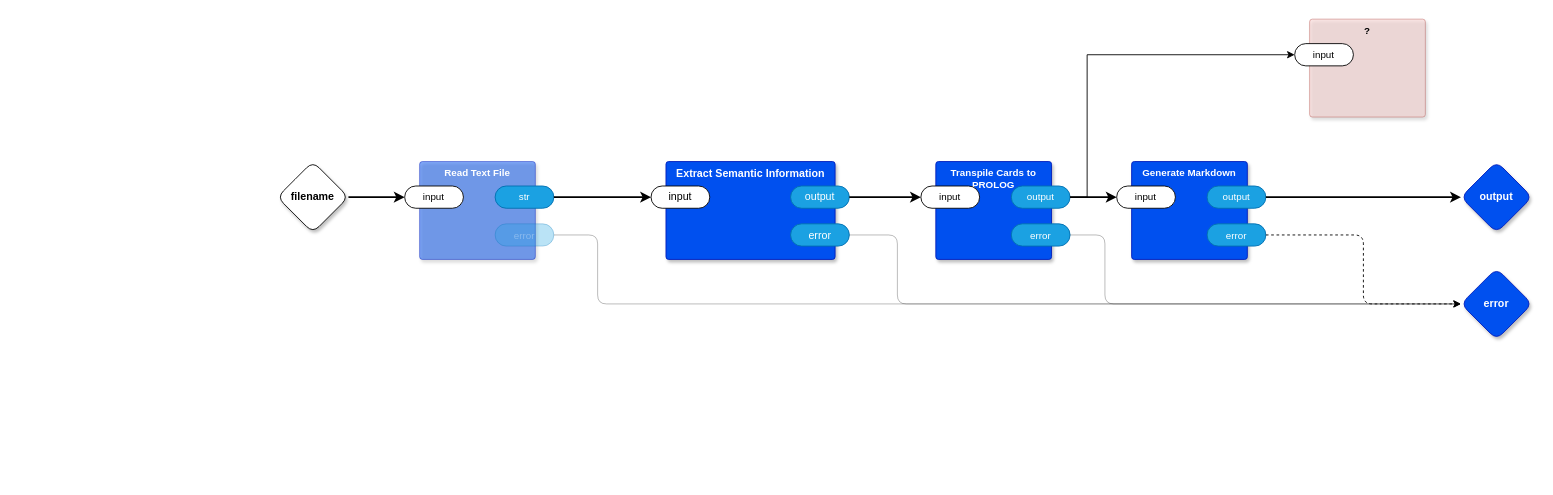
guitarvydas/kinopio2md keeps this draw.io diagram as page "main" (1 of 13) of top.drawio. Above is the earlier version. Source tidied: cells renumbered, new cells numbered last; positions are measured from the earlier drawing's top-left corner, leaving out a move shared by most shapes. Both pictures are drawn from the tidied source at 89%, with x=0, y=0 at pixel (277, 19).
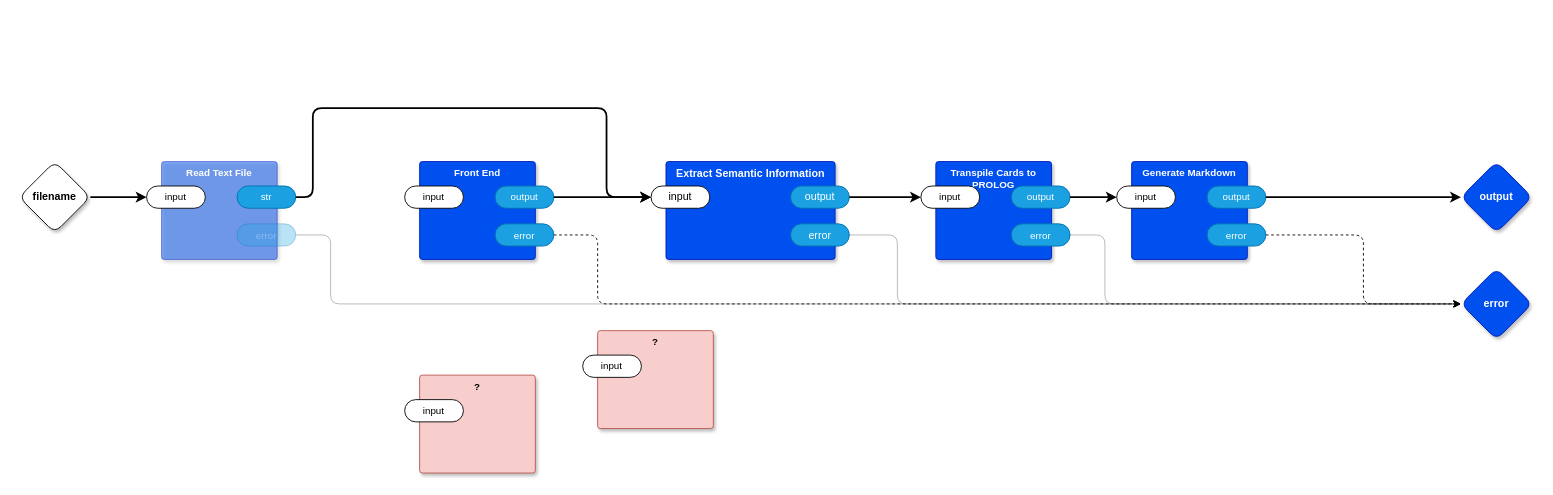
The same diagram, later.

The change refers to these unchanged cells:
```xml
<mxCell id="6" value="input" style="rounded=1;whiteSpace=wrap;html=1;sketch=0;points=[[0,0.5,0,0,0],[1,0.5,0,0,0]];arcSize=50;" parent="5" vertex="1">
  <mxGeometry x="-16.8" y="27.5" width="66" height="25" as="geometry" />
</mxCell>
<mxCell id="9" value="error" style="rhombus;whiteSpace=wrap;html=1;rounded=1;fillColor=#0050ef;fontColor=#ffffff;strokeColor=#001DBC;fontStyle=1;glass=0;sketch=0;fontSize=12;points=[[0,0.5,0,0,0],[0.5,0,0,0,0],[0.5,1,0,0,0],[1,0.5,0,0,0]];shadow=1;" parent="1" vertex="1">
  <mxGeometry x="1330" y="280" width="80" height="80" as="geometry" />
</mxCell>
<mxCell id="13" value="str" style="rounded=1;whiteSpace=wrap;html=1;sketch=0;points=[[0,0.5,0,0,0],[1,0.5,0,0,0]];fillColor=#1ba1e2;fontColor=#ffffff;strokeColor=#006EAF;arcSize=50;fontFamily=Helvetica;fontSize=11;" parent="11" vertex="1">
  <mxGeometry x="84.8" y="27.5" width="66" height="25" as="geometry" />
</mxCell>
<mxCell id="14" value="error" style="rounded=1;whiteSpace=wrap;html=1;sketch=0;points=[[0,0.5,0,0,0],[1,0.5,0,0,0]];fillColor=#1ba1e2;fontColor=#ffffff;strokeColor=#006EAF;arcSize=50;fontFamily=Helvetica;fontSize=11;textOpacity=30;opacity=30;" parent="11" vertex="1">
  <mxGeometry x="84.8" y="70" width="66" height="25" as="geometry" />
</mxCell>
<mxCell id="19" value="output" style="rounded=1;whiteSpace=wrap;html=1;sketch=0;points=[[0,0.5,0,0,0],[1,0.5,0,0,0]];fillColor=#1ba1e2;fontColor=#ffffff;strokeColor=#006EAF;arcSize=50;fontFamily=Helvetica;fontSize=11;" parent="17" vertex="1">
  <mxGeometry x="84.8" y="27.5" width="66" height="25" as="geometry" />
</mxCell>
```

Change to the diagram source:
```diff
@@
     <mxCell id="3" value="filename" style="rhombus;whiteSpace=wrap;html=1;rounded=1;fontStyle=1;glass=0;sketch=0;fontSize=12;points=[[0,0.5,0,0,0],[0.5,0,0,0,0],[0.5,1,0,0,0],[1,0.5,0,0,0]];shadow=1;" parent="1" vertex="1">
-      <mxGeometry y="160" width="80" height="80" as="geometry" />
+      <mxGeometry x="-290" y="160" width="80" height="80" as="geometry" />
     </mxCell>
@@
     <mxCell id="11" value="Read Text File" style="rounded=1;whiteSpace=wrap;html=1;sketch=0;verticalAlign=top;arcSize=6;fontStyle=1;absoluteArcSize=1;shadow=1;strokeColor=#001DBC;fillColor=#0050ef;fontColor=#ffffff;fontFamily=Helvetica;fontSize=11;opacity=50;" parent="1" vertex="1">
-      <mxGeometry x="160" y="160" width="130" height="110" as="geometry" />
+      <mxGeometry x="-130" y="160" width="130" height="110" as="geometry" />
     </mxCell>
@@
     <mxCell id="15" style="edgeStyle=orthogonalEdgeStyle;shape=connector;rounded=1;jettySize=auto;html=1;exitX=1;exitY=0.5;exitDx=0;exitDy=0;exitPerimeter=0;entryX=0;entryY=0.5;entryDx=0;entryDy=0;entryPerimeter=0;labelBackgroundColor=default;strokeColor=default;fontFamily=Helvetica;fontSize=11;fontColor=default;endArrow=classic;strokeWidth=2;" parent="1" edge="1" source="13" target="6">
-      <mxGeometry relative="1" as="geometry" />
+      <mxGeometry relative="1" as="geometry">
+        <Array as="points">
+          <mxPoint x="40" y="200" />
+          <mxPoint x="40" y="100" />
+          <mxPoint x="370" y="100" />
+          <mxPoint x="370" y="200" />
+        </Array>
+      </mxGeometry>
     </mxCell>
     <mxCell id="16" style="edgeStyle=orthogonalEdgeStyle;shape=connector;rounded=1;jettySize=auto;html=1;exitX=1;exitY=0.5;exitDx=0;exitDy=0;exitPerimeter=0;entryX=0;entryY=0.5;entryDx=0;entryDy=0;entryPerimeter=0;labelBackgroundColor=default;strokeColor=default;fontFamily=Helvetica;fontSize=11;fontColor=default;endArrow=classic;opacity=30;" parent="1" edge="1" source="14" target="9">
       <mxGeometry relative="1" as="geometry">
         <Array as="points">
-          <mxPoint x="360" y="243" />
-          <mxPoint x="360" y="320" />
+          <mxPoint x="60" y="243" />
+          <mxPoint x="60" y="320" />
         </Array>
       </mxGeometry>
     </mxCell>
@@
-    <mxCell id="30" value="?" style="rounded=1;whiteSpace=wrap;html=1;sketch=0;verticalAlign=top;arcSize=6;fontStyle=1;absoluteArcSize=1;shadow=1;strokeColor=#b85450;fillColor=#f8cecc;fontFamily=Helvetica;fontSize=11;opacity=50;" parent="1" vertex="1">
-      <mxGeometry x="1160" width="130" height="110" as="geometry" />
-    </mxCell>
-    <mxCell id="31" value="input" style="rounded=1;whiteSpace=wrap;html=1;sketch=0;points=[[0,0.5,0,0,0],[1,0.5,0,0,0]];arcSize=50;fontFamily=Helvetica;fontSize=11;fontColor=default;" parent="30" vertex="1">
-      <mxGeometry x="-16.8" y="27.5" width="66" height="25" as="geometry" />
-    </mxCell>
-    <mxCell id="32" style="edgeStyle=orthogonalEdgeStyle;rounded=0;jettySize=auto;html=1;exitX=1;exitY=0.5;exitDx=0;exitDy=0;exitPerimeter=0;entryX=0;entryY=0.5;entryDx=0;entryDy=0;entryPerimeter=0;" parent="1" edge="1" source="19" target="31">
-      <mxGeometry relative="1" as="geometry">
-        <Array as="points">
-          <mxPoint x="910" y="200" />
-          <mxPoint x="910" y="40" />
-        </Array>
-      </mxGeometry>
-    </mxCell>
+    <mxCell id="33" value="Front End" style="rounded=1;whiteSpace=wrap;html=1;sketch=0;verticalAlign=top;arcSize=6;fontStyle=1;absoluteArcSize=1;shadow=1;strokeColor=#001DBC;fillColor=#0050ef;fontColor=#ffffff;fontFamily=Helvetica;fontSize=11;" parent="1" vertex="1">
+      <mxGeometry x="160" y="160" width="130" height="110" as="geometry" />
+    </mxCell>
+    <mxCell id="34" value="input" style="rounded=1;whiteSpace=wrap;html=1;sketch=0;arcSize=50;fontFamily=Helvetica;fontSize=11;fontColor=default;" parent="33" vertex="1">
+      <mxGeometry x="-16.8" y="27.5" width="66" height="25" as="geometry" />
+    </mxCell>
+    <mxCell id="35" value="output" style="rounded=1;whiteSpace=wrap;html=1;sketch=0;points=[[0,0.5,0,0,0],[1,0.5,0,0,0]];fillColor=#1ba1e2;fontColor=#ffffff;strokeColor=#006EAF;arcSize=50;fontFamily=Helvetica;fontSize=11;" parent="33" vertex="1">
+      <mxGeometry x="84.8" y="27.5" width="66" height="25" as="geometry" />
+    </mxCell>
+    <mxCell id="36" value="error" style="rounded=1;whiteSpace=wrap;html=1;sketch=0;points=[[0,0.5,0,0,0],[1,0.5,0,0,0]];fillColor=#1ba1e2;fontColor=#ffffff;strokeColor=#006EAF;arcSize=50;fontFamily=Helvetica;fontSize=11;" parent="33" vertex="1">
+      <mxGeometry x="84.8" y="70" width="66" height="25" as="geometry" />
+    </mxCell>
+    <mxCell id="37" style="edgeStyle=orthogonalEdgeStyle;rounded=0;jettySize=auto;html=1;exitX=1;exitY=0.5;exitDx=0;exitDy=0;exitPerimeter=0;strokeWidth=2;" parent="1" edge="1" source="35" target="6">
+      <mxGeometry relative="1" as="geometry" />
+    </mxCell>
+    <mxCell id="38" style="edgeStyle=orthogonalEdgeStyle;rounded=1;jettySize=auto;html=1;exitX=1;exitY=0.5;exitDx=0;exitDy=0;exitPerimeter=0;entryX=0;entryY=0.5;entryDx=0;entryDy=0;entryPerimeter=0;dashed=1;" parent="1" edge="1" source="36" target="9">
+      <mxGeometry relative="1" as="geometry">
+        <Array as="points">
+          <mxPoint x="360" y="243" />
+          <mxPoint x="360" y="320" />
+        </Array>
+      </mxGeometry>
+    </mxCell>
+    <mxCell id="39" value="?" style="rounded=1;whiteSpace=wrap;html=1;sketch=0;verticalAlign=top;arcSize=6;fontStyle=1;absoluteArcSize=1;shadow=1;strokeColor=#b85450;fillColor=#f8cecc;fontFamily=Helvetica;fontSize=11;" parent="1" vertex="1">
+      <mxGeometry x="160" y="400" width="130" height="110" as="geometry" />
+    </mxCell>
+    <mxCell id="40" value="input" style="rounded=1;whiteSpace=wrap;html=1;sketch=0;arcSize=50;fontFamily=Helvetica;fontSize=11;fontColor=default;" parent="39" vertex="1">
+      <mxGeometry x="-16.8" y="27.5" width="66" height="25" as="geometry" />
+    </mxCell>
+    <mxCell id="41" value="?" style="rounded=1;whiteSpace=wrap;html=1;sketch=0;verticalAlign=top;arcSize=6;fontStyle=1;absoluteArcSize=1;shadow=1;strokeColor=#b85450;fillColor=#f8cecc;fontFamily=Helvetica;fontSize=11;" parent="1" vertex="1">
+      <mxGeometry x="360" y="350" width="130" height="110" as="geometry" />
+    </mxCell>
+    <mxCell id="42" value="input" style="rounded=1;whiteSpace=wrap;html=1;sketch=0;arcSize=50;fontFamily=Helvetica;fontSize=11;fontColor=default;" parent="41" vertex="1">
+      <mxGeometry x="-16.8" y="27.5" width="66" height="25" as="geometry" />
+    </mxCell>
```
